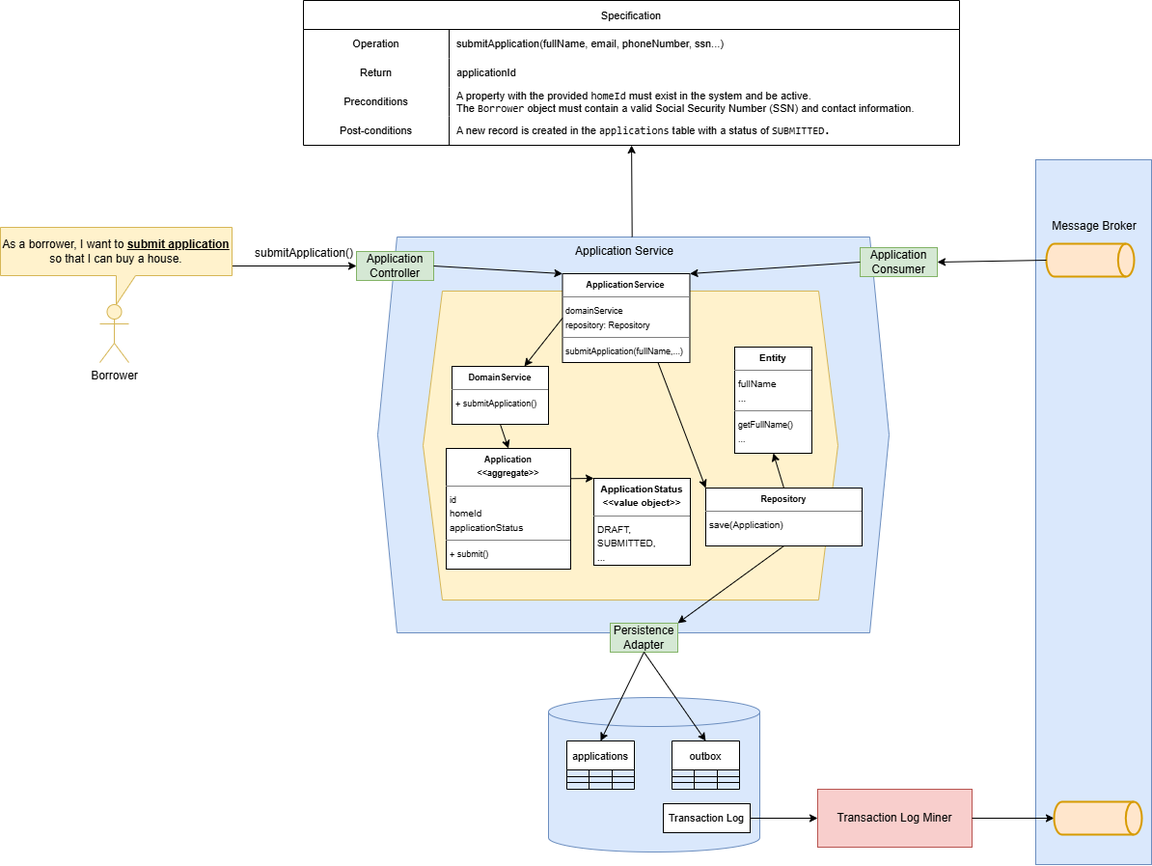
Above: 02-architecture/05-service-design.png in huynm20051990/loan-origination-system (draw.io), before the change. Source tidied: cells renumbered, new cells last; positions are measured from the earlier drawing's top-left corner, leaving out a move shared by most shapes.
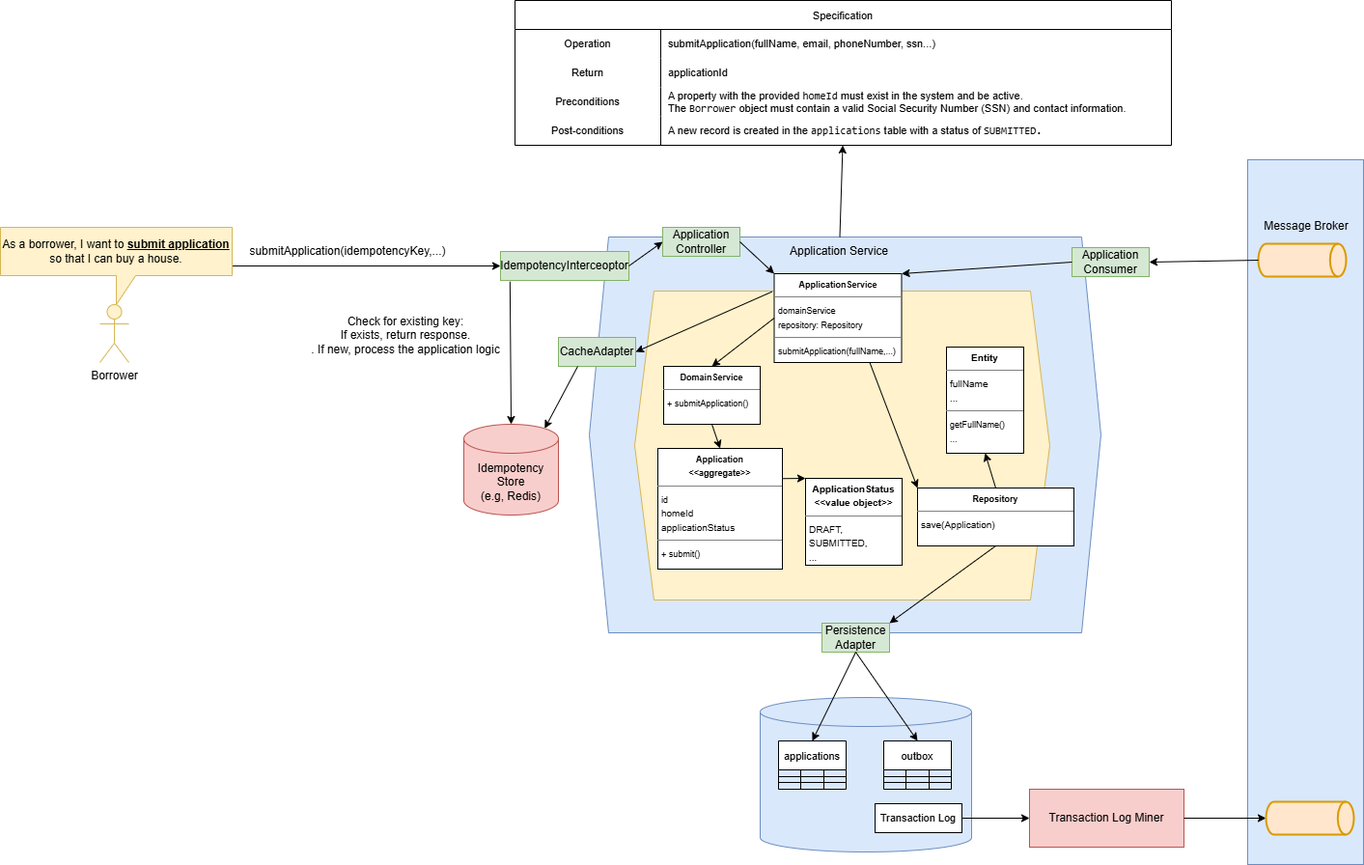
The same diagram one commit later.

Commit message:
Update service design with idempotency

Diff of the diagram source:
```diff
@@ -3,13 +3,13 @@
     <mxCell id="0" />
     <mxCell id="1" parent="0" />
     <mxCell id="2" value="Borrower" style="shape=umlActor;verticalLabelPosition=bottom;verticalAlign=top;html=1;fillColor=#fff2cc;strokeColor=#d6b656;" parent="1" vertex="1">
-      <mxGeometry x="103" y="315" width="30" height="60" as="geometry" />
+      <mxGeometry x="-116" y="315" width="30" height="60" as="geometry" />
     </mxCell>
-    <mxCell id="3" style="edgeStyle=orthogonalEdgeStyle;rounded=0;jettySize=auto;html=1;" parent="1" edge="1" source="4" target="22">
+    <mxCell id="3" style="edgeStyle=orthogonalEdgeStyle;rounded=0;jettySize=auto;html=1;entryX=0;entryY=0.5;entryDx=0;entryDy=0;" parent="1" edge="1" source="4" target="78">
       <mxGeometry relative="1" as="geometry" />
     </mxCell>
     <mxCell id="4" value="As a borrower, I want to &lt;b&gt;&lt;u&gt;submit application&lt;/u&gt;&lt;/b&gt; so that I can buy a house." style="shape=callout;whiteSpace=wrap;html=1;perimeter=calloutPerimeter;fillColor=#fff2cc;strokeColor=#d6b656;" parent="1" vertex="1">
-      <mxGeometry y="235" width="240" height="80" as="geometry" />
+      <mxGeometry x="-219" y="235" width="240" height="80" as="geometry" />
     </mxCell>
     <mxCell id="5" style="shape=hexagon;perimeter=hexagonPerimeter2;whiteSpace=wrap;html=1;fixedSize=1;fillColor=#dae8fc;strokeColor=#6c8ebf;" parent="1" vertex="1">
       <mxGeometry x="391" y="245" width="530" height="410" as="geometry" />
@@ -17,12 +17,9 @@
     <mxCell id="6" style="shape=hexagon;perimeter=hexagonPerimeter2;whiteSpace=wrap;html=1;fixedSize=1;fillColor=#fff2cc;strokeColor=#d6b656;" parent="1" vertex="1">
       <mxGeometry x="438" y="301" width="430" height="320" as="geometry" />
     </mxCell>
-    <mxCell id="7" value="submitApplication()" style="text;html=1;whiteSpace=wrap;strokeColor=none;fillColor=none;align=center;verticalAlign=middle;rounded=0;" parent="1" vertex="1">
-      <mxGeometry x="285" y="247" width="60" height="30" as="geometry" />
+    <mxCell id="7" value="submitApplication(idempotencyKey,...)" style="text;html=1;whiteSpace=wrap;strokeColor=none;fillColor=none;align=center;verticalAlign=middle;rounded=0;" parent="1" vertex="1">
+      <mxGeometry x="111" y="245" width="60" height="30" as="geometry" />
     </mxCell>
-    <mxCell id="8" value="Application Service" style="text;html=1;whiteSpace=wrap;strokeColor=none;fillColor=none;align=center;verticalAlign=middle;rounded=0;" parent="1" vertex="1">
-      <mxGeometry x="582" y="245" width="130" height="30" as="geometry" />
-    </mxCell>
     <mxCell id="9" value="Specification" style="shape=table;startSize=30;rowLines=0;fontStyle=0;strokeColor=default;fontSize=11;" parent="1" vertex="1">
       <mxGeometry x="314" width="680" height="150" as="geometry" />
     </mxCell>
@@ -63,7 +60,7 @@
       <mxGeometry x="151" width="529" height="30" as="geometry" />
     </mxCell>
     <mxCell id="22" value="Application Controller" style="rounded=0;whiteSpace=wrap;html=1;fillColor=#d5e8d4;strokeColor=#82b366;" parent="1" vertex="1">
-      <mxGeometry x="369" y="260" width="80" height="30" as="geometry" />
+      <mxGeometry x="467" y="235" width="80" height="30" as="geometry" />
     </mxCell>
     <mxCell id="23" value="Persistence Adapter" style="rounded=0;whiteSpace=wrap;html=1;fillColor=#d5e8d4;strokeColor=#82b366;" parent="1" vertex="1">
       <mxGeometry x="632" y="645" width="70" height="30" as="geometry" />
@@ -185,7 +182,7 @@
     <mxCell id="62" style="endArrow=classic;html=1;rounded=0;exitX=0;exitY=0.5;exitDx=0;exitDy=0;exitPerimeter=0;entryX=1;entryY=0.5;entryDx=0;entryDy=0;" parent="1" edge="1" source="60" target="61">
       <mxGeometry relative="1" as="geometry" />
     </mxCell>
-    <mxCell id="63" style="endArrow=classic;html=1;rounded=0;" parent="1" edge="1" source="5" target="19">
+    <mxCell id="63" style="endArrow=classic;html=1;rounded=0;" parent="1" edge="1" source="8" target="19">
       <mxGeometry relative="1" as="geometry" />
     </mxCell>
     <mxCell id="64" value="&lt;p style=&quot;margin:0px;margin-top:4px;text-align:center;&quot;&gt;&lt;b&gt;&lt;font style=&quot;font-size: 9px;&quot;&gt;ApplicationService&lt;br&gt;&lt;/font&gt;&lt;/b&gt;&lt;/p&gt;&lt;hr size=&quot;1&quot; style=&quot;border-style:solid;&quot;&gt;&lt;p style=&quot;margin:0px;margin-left:4px;&quot;&gt;&lt;font style=&quot;font-size: 9px;&quot;&gt;domainService&lt;/font&gt;&lt;/p&gt;&lt;p style=&quot;margin:0px;margin-left:4px;&quot;&gt;&lt;font style=&quot;font-size: 9px;&quot;&gt;repository: Repository&lt;/font&gt;&lt;/p&gt;&lt;hr size=&quot;1&quot; style=&quot;border-style:solid;&quot;&gt;&lt;p style=&quot;margin:0px;margin-left:4px;&quot;&gt;&lt;font style=&quot;font-size: 9px;&quot;&gt;submitApplication(fullName,...)&lt;/font&gt;&lt;/p&gt;" style="verticalAlign=top;align=left;overflow=fill;html=1;whiteSpace=wrap;" parent="1" vertex="1">
@@ -227,8 +224,35 @@
     <mxCell id="76" style="endArrow=classic;html=1;rounded=0;exitX=0.5;exitY=1;exitDx=0;exitDy=0;entryX=0.5;entryY=0;entryDx=0;entryDy=0;" parent="1" edge="1" source="65" target="67">
       <mxGeometry relative="1" as="geometry" />
     </mxCell>
-    <mxCell id="77" style="endArrow=classic;html=1;rounded=0;exitX=0;exitY=0.5;exitDx=0;exitDy=0;entryX=0.75;entryY=0;entryDx=0;entryDy=0;" parent="1" edge="1" source="64" target="65">
+    <mxCell id="77" style="endArrow=classic;html=1;rounded=0;exitX=0.331;exitY=0.002;exitDx=0;exitDy=0;entryX=1;entryY=0.5;entryDx=0;entryDy=0;exitPerimeter=0;" parent="1" edge="1" source="6" target="83">
       <mxGeometry relative="1" as="geometry" />
     </mxCell>
+    <mxCell id="78" value="IdempotencyInterceoptor" style="rounded=0;whiteSpace=wrap;html=1;fillColor=#d5e8d4;strokeColor=#82b366;" parent="1" vertex="1">
+      <mxGeometry x="299" y="260" width="133" height="30" as="geometry" />
+    </mxCell>
+    <mxCell id="8" value="Application Service" style="text;html=1;whiteSpace=wrap;strokeColor=none;fillColor=none;align=center;verticalAlign=middle;rounded=0;" parent="1" vertex="1">
+      <mxGeometry x="585" y="245" width="130" height="30" as="geometry" />
+    </mxCell>
+    <mxCell id="79" style="endArrow=classic;html=1;rounded=0;exitX=1;exitY=0.5;exitDx=0;exitDy=0;entryX=0;entryY=0.5;entryDx=0;entryDy=0;" parent="1" edge="1" source="78" target="22">
+      <mxGeometry relative="1" as="geometry" />
+    </mxCell>
+    <mxCell id="80" value="Idempotency Store&lt;br&gt;(e.g, Redis)" style="shape=cylinder3;whiteSpace=wrap;html=1;boundedLbl=1;backgroundOutline=1;size=15;fillColor=#f8cecc;strokeColor=#b85450;" parent="1" vertex="1">
+      <mxGeometry x="261" y="439" width="98" height="94" as="geometry" />
+    </mxCell>
+    <mxCell id="81" style="endArrow=classic;html=1;rounded=0;exitX=0.074;exitY=1.041;exitDx=0;exitDy=0;entryX=0.5;entryY=0;entryDx=0;entryDy=0;entryPerimeter=0;exitPerimeter=0;" parent="1" edge="1" source="78" target="80">
+      <mxGeometry relative="1" as="geometry" />
+    </mxCell>
+    <mxCell id="82" value="Check for existing key:&lt;br&gt;If exists, return response.&lt;br&gt;. If new, process the application logic" style="text;html=1;whiteSpace=wrap;strokeColor=none;fillColor=none;align=center;verticalAlign=middle;rounded=0;" parent="1" vertex="1">
+      <mxGeometry x="51" y="315" width="300" height="64" as="geometry" />
+    </mxCell>
+    <mxCell id="83" value="CacheAdapter" style="rounded=0;whiteSpace=wrap;html=1;fillColor=#d5e8d4;strokeColor=#82b366;" parent="1" vertex="1">
+      <mxGeometry x="359" y="349" width="80" height="30" as="geometry" />
+    </mxCell>
+    <mxCell id="84" style="endArrow=classic;html=1;rounded=0;exitX=0;exitY=0.5;exitDx=0;exitDy=0;entryX=0.5;entryY=0;entryDx=0;entryDy=0;" parent="1" edge="1" source="64" target="65">
+      <mxGeometry relative="1" as="geometry" />
+    </mxCell>
+    <mxCell id="85" style="endArrow=classic;html=1;rounded=0;exitX=0.25;exitY=1;exitDx=0;exitDy=0;entryX=0.855;entryY=0;entryDx=0;entryDy=4.35;entryPerimeter=0;" parent="1" edge="1" source="83" target="80">
+      <mxGeometry relative="1" as="geometry" />
+    </mxCell>
   </root>
 </mxGraphModel>
```
